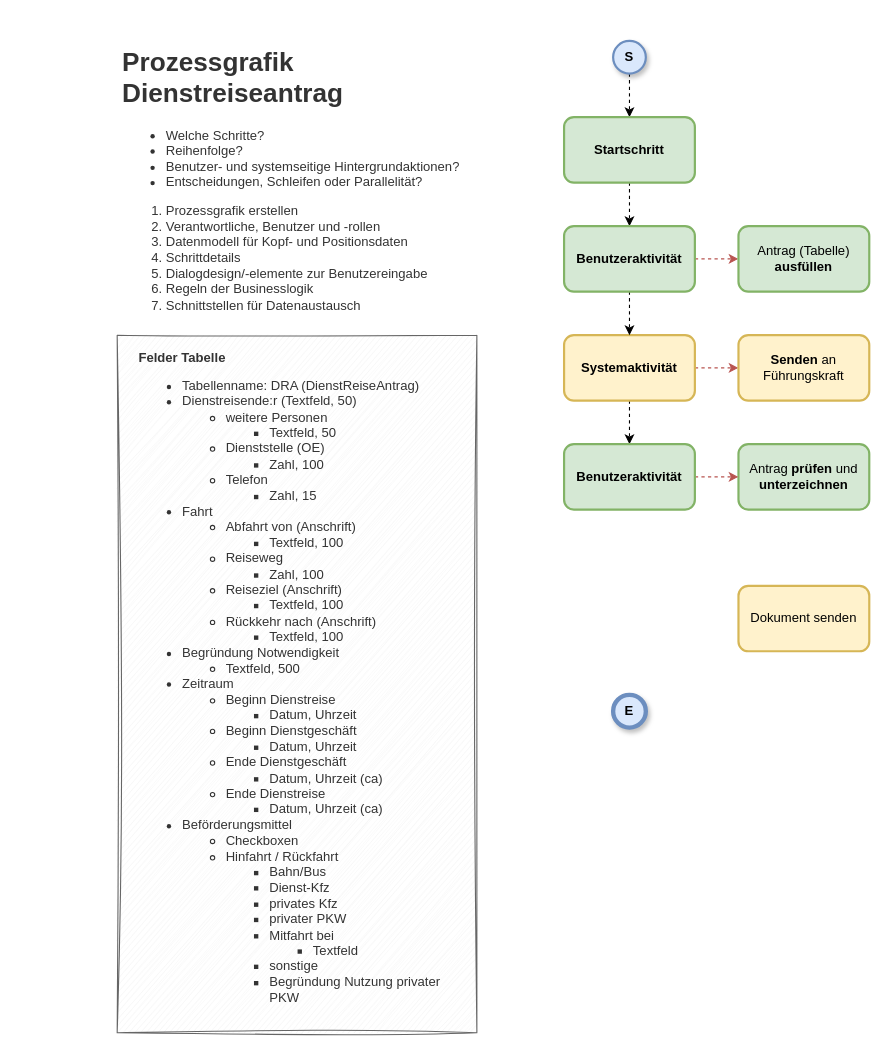
Before: jra-dienstreiseantrag.drawio in SaBy1188/JobRouterLearn, a draw.io diagram. Source tidied: cells renumbered, new cells numbered last; positions are measured from the earlier drawing's top-left corner, leaving out a move shared by most shapes. Both pictures are drawn from the tidied source at 109%, with x=0, y=0 at pixel (117, 40).
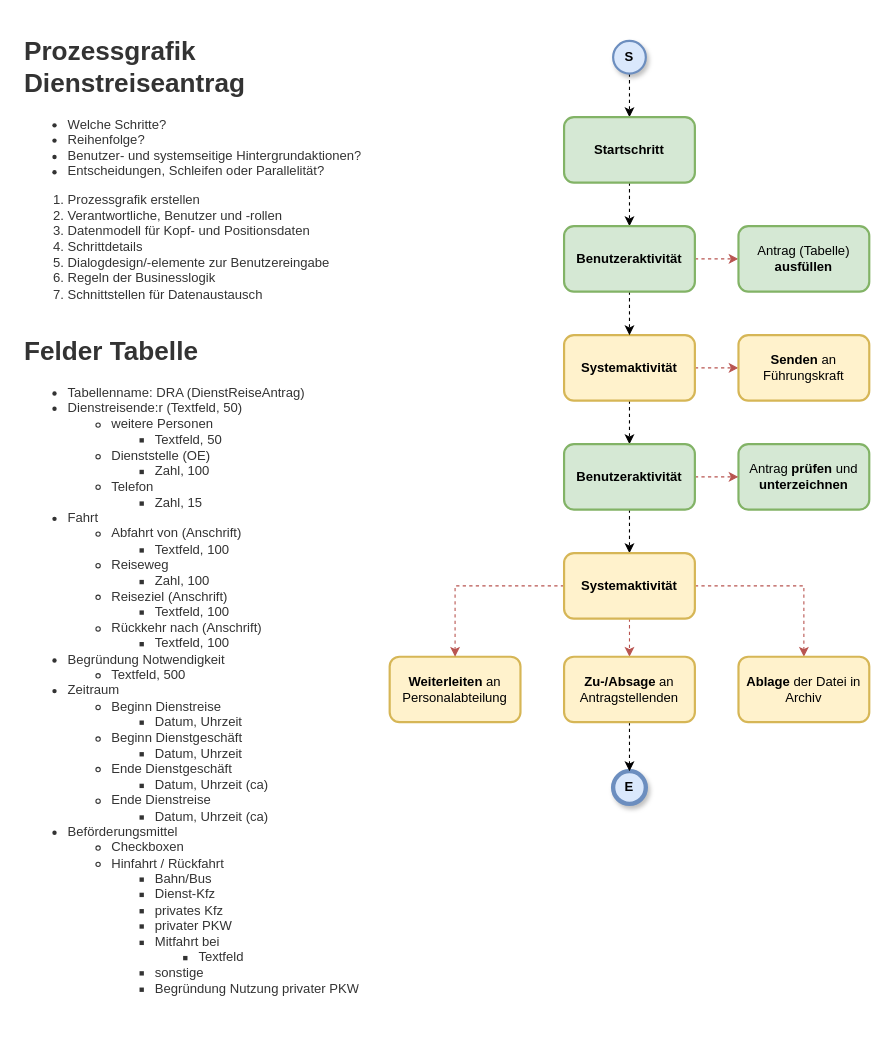
Above is the later version.

The change refers to these unchanged cells:
```xml
<mxCell id="18" value="&lt;b&gt;Benutzeraktivität&lt;/b&gt;" style="rounded=1;whiteSpace=wrap;html=1;fillColor=#d5e8d4;strokeColor=#82b366;strokeWidth=2;shadow=0;glass=0;" parent="1" vertex="1">
  <mxGeometry x="410" y="370" width="120" height="60" as="geometry" />
</mxCell>
```

Change to the diagram source:
```diff
@@
     <mxCell id="4" value="&lt;b&gt;E&lt;/b&gt;" style="ellipse;whiteSpace=wrap;html=1;fillColor=#dae8fc;strokeColor=#6c8ebf;strokeWidth=4;shadow=1;" parent="1" vertex="1">
-      <mxGeometry x="455" y="600" width="30" height="30" as="geometry" />
+      <mxGeometry x="455" y="670" width="30" height="30" as="geometry" />
     </mxCell>
@@
-    <mxCell id="10" value="&lt;blockquote style=&quot;margin: 0 0 0 40px; border: none; padding: 0px;&quot;&gt;&lt;/blockquote&gt;&lt;b&gt;Felder Tabelle&lt;/b&gt;&lt;br&gt;&lt;div style=&quot;&quot;&gt;&lt;ul&gt;&lt;li&gt;Tabellenname: DRA (DienstReiseAntrag)&lt;/li&gt;&lt;li&gt;Dienstreisende:r (Textfeld, 50)&lt;/li&gt;&lt;ul&gt;&lt;li&gt;weitere Personen&lt;/li&gt;&lt;ul&gt;&lt;li&gt;Textfeld, 50&lt;/li&gt;&lt;/ul&gt;&lt;li&gt;Dienststelle (OE)&lt;/li&gt;&lt;ul&gt;&lt;li&gt;Zahl, 100&lt;/li&gt;&lt;/ul&gt;&lt;li&gt;Telefon&lt;/li&gt;&lt;ul&gt;&lt;li&gt;Zahl, 15&lt;/li&gt;&lt;/ul&gt;&lt;/ul&gt;&lt;li&gt;Fahrt&lt;/li&gt;&lt;ul&gt;&lt;li&gt;Abfahrt von (Anschrift)&lt;/li&gt;&lt;ul&gt;&lt;li&gt;Textfeld, 100&lt;/li&gt;&lt;/ul&gt;&lt;li&gt;Reiseweg&lt;/li&gt;&lt;ul&gt;&lt;li&gt;Zahl, 100&lt;/li&gt;&lt;/ul&gt;&lt;li&gt;Reiseziel (Anschrift)&lt;/li&gt;&lt;ul&gt;&lt;li&gt;Textfeld, 100&lt;/li&gt;&lt;/ul&gt;&lt;li&gt;Rückkehr nach (Anschrift)&lt;/li&gt;&lt;ul&gt;&lt;li&gt;Textfeld, 100&lt;/li&gt;&lt;/ul&gt;&lt;/ul&gt;&lt;li&gt;Begründung Notwendigkeit&lt;/li&gt;&lt;ul&gt;&lt;li&gt;Textfeld, 500&lt;/li&gt;&lt;/ul&gt;&lt;li&gt;Zeitraum&lt;/li&gt;&lt;ul&gt;&lt;li&gt;Beginn Dienstreise&lt;/li&gt;&lt;ul&gt;&lt;li&gt;Datum, Uhrzeit&lt;/li&gt;&lt;/ul&gt;&lt;li&gt;Beginn Dienstgeschäft&lt;/li&gt;&lt;ul&gt;&lt;li&gt;Datum, Uhrzeit&lt;/li&gt;&lt;/ul&gt;&lt;li&gt;Ende Dienstgeschäft&lt;/li&gt;&lt;ul&gt;&lt;li&gt;Datum, Uhrzeit (ca)&lt;/li&gt;&lt;/ul&gt;&lt;li&gt;Ende Dienstreise&lt;/li&gt;&lt;ul&gt;&lt;li&gt;Datum, Uhrzeit (ca)&lt;/li&gt;&lt;/ul&gt;&lt;/ul&gt;&lt;li&gt;Beförderungsmittel&lt;/li&gt;&lt;ul&gt;&lt;li&gt;Checkboxen&lt;/li&gt;&lt;li&gt;Hinfahrt / Rückfahrt&lt;/li&gt;&lt;ul&gt;&lt;li&gt;Bahn/Bus&lt;/li&gt;&lt;li&gt;Dienst-Kfz&lt;/li&gt;&lt;li&gt;privates Kfz&lt;/li&gt;&lt;li&gt;privater PKW&lt;/li&gt;&lt;li&gt;Mitfahrt bei&lt;/li&gt;&lt;ul&gt;&lt;li&gt;Textfeld&lt;/li&gt;&lt;/ul&gt;&lt;li&gt;sonstige&lt;/li&gt;&lt;li&gt;Begründung Nutzung privater PKW&lt;/li&gt;&lt;/ul&gt;&lt;/ul&gt;&lt;/ul&gt;&lt;/div&gt;" style="rounded=0;whiteSpace=wrap;html=1;sketch=1;curveFitting=1;jiggle=2;fillColor=#f5f5f5;fontColor=#333333;strokeColor=#666666;align=left;spacingTop=10;spacingLeft=10;spacingRight=10;spacing=10;spacingBottom=10;" parent="1" vertex="1">
-      <mxGeometry y="270" width="330" height="640" as="geometry" />
-    </mxCell>
@@
+    <mxCell id="21" style="edgeStyle=orthogonalEdgeStyle;rounded=0;jettySize=auto;html=1;dashed=1;" parent="1" edge="1" source="18" target="26">
+      <mxGeometry relative="1" as="geometry" />
+    </mxCell>
@@
-    <mxCell id="19" value="Dokument senden" style="rounded=1;whiteSpace=wrap;html=1;fillColor=#fff2cc;strokeColor=#d6b656;strokeWidth=2;" parent="1" vertex="1">
-      <mxGeometry x="570" y="500" width="120" height="60" as="geometry" />
+    <mxCell id="19" value="&lt;b&gt;Weiterleiten &lt;/b&gt;an Personalabteilung" style="rounded=1;whiteSpace=wrap;html=1;fillColor=#fff2cc;strokeColor=#d6b656;strokeWidth=2;" parent="1" vertex="1">
+      <mxGeometry x="250" y="565" width="120" height="60" as="geometry" />
     </mxCell>
     <mxCell id="20" value="&lt;h1&gt;Prozessgrafik&lt;br&gt;Dienstreiseantrag&lt;/h1&gt;&lt;ul style=&quot;border-color: var(--border-color); color: rgb(51, 51, 51);&quot;&gt;&lt;li style=&quot;border-color: var(--border-color);&quot;&gt;Welche Schritte?&lt;/li&gt;&lt;li style=&quot;border-color: var(--border-color);&quot;&gt;Reihenfolge?&lt;/li&gt;&lt;li style=&quot;border-color: var(--border-color);&quot;&gt;Benutzer- und systemseitige Hintergrundaktionen?&lt;/li&gt;&lt;li style=&quot;border-color: var(--border-color);&quot;&gt;Entscheidungen, Schleifen oder Parallelität?&lt;/li&gt;&lt;/ul&gt;&lt;ol style=&quot;border-color: var(--border-color); color: rgb(51, 51, 51);&quot;&gt;&lt;li style=&quot;border-color: var(--border-color);&quot;&gt;Prozessgrafik erstellen&lt;/li&gt;&lt;li style=&quot;border-color: var(--border-color);&quot;&gt;Verantwortliche, Benutzer und -rollen&lt;/li&gt;&lt;li style=&quot;border-color: var(--border-color);&quot;&gt;Datenmodell für Kopf- und Positionsdaten&lt;/li&gt;&lt;li style=&quot;border-color: var(--border-color);&quot;&gt;Schrittdetails&lt;/li&gt;&lt;li style=&quot;border-color: var(--border-color);&quot;&gt;Dialogdesign/-elemente zur Benutzereingabe&lt;/li&gt;&lt;li style=&quot;border-color: var(--border-color);&quot;&gt;Regeln der Businesslogik&lt;/li&gt;&lt;li style=&quot;border-color: var(--border-color);&quot;&gt;Schnittstellen für Datenaustausch&lt;/li&gt;&lt;/ol&gt;" style="text;html=1;spacing=5;spacingTop=-20;whiteSpace=wrap;overflow=hidden;rounded=0;fillColor=#FFFFFF;fontColor=#333333;strokeColor=none;" parent="1" vertex="1">
-      <mxGeometry width="330" height="260" as="geometry" />
+      <mxGeometry x="-90" y="-10" width="330" height="260" as="geometry" />
     </mxCell>
+    <mxCell id="22" style="edgeStyle=orthogonalEdgeStyle;rounded=0;jettySize=auto;html=1;dashed=1;fillColor=#f8cecc;strokeColor=#b85450;exitX=0.75;exitY=0;exitDx=0;exitDy=0;" parent="1" edge="1" source="26" target="19">
+      <mxGeometry relative="1" as="geometry">
+        <Array as="points">
+          <mxPoint x="500" y="500" />
+        </Array>
+      </mxGeometry>
+    </mxCell>
+    <mxCell id="23" style="edgeStyle=orthogonalEdgeStyle;rounded=0;jettySize=auto;html=1;exitX=1;exitY=0.5;exitDx=0;exitDy=0;entryX=0.5;entryY=0;entryDx=0;entryDy=0;dashed=1;fillColor=#f8cecc;strokeColor=#b85450;" parent="1" edge="1" source="26" target="27">
+      <mxGeometry relative="1" as="geometry" />
+    </mxCell>
+    <mxCell id="24" style="edgeStyle=orthogonalEdgeStyle;rounded=0;jettySize=auto;html=1;exitX=0.5;exitY=1;exitDx=0;exitDy=0;entryX=0.5;entryY=0;entryDx=0;entryDy=0;fillColor=#f8cecc;strokeColor=#b85450;dashed=1;" parent="1" edge="1" source="26" target="28">
+      <mxGeometry relative="1" as="geometry" />
+    </mxCell>
+    <mxCell id="25" style="edgeStyle=orthogonalEdgeStyle;rounded=0;jettySize=auto;html=1;dashed=1;" parent="1" edge="1" source="28" target="4">
+      <mxGeometry relative="1" as="geometry" />
+    </mxCell>
+    <mxCell id="26" value="&lt;b&gt;Systemaktivität&lt;/b&gt;" style="rounded=1;whiteSpace=wrap;html=1;fillColor=#fff2cc;strokeColor=#d6b656;strokeWidth=2;" parent="1" vertex="1">
+      <mxGeometry x="410" y="470" width="120" height="60" as="geometry" />
+    </mxCell>
+    <mxCell id="27" value="&lt;b&gt;Ablage&lt;/b&gt; der Datei in Archiv" style="rounded=1;whiteSpace=wrap;html=1;fillColor=#fff2cc;strokeColor=#d6b656;strokeWidth=2;" parent="1" vertex="1">
+      <mxGeometry x="570" y="565" width="120" height="60" as="geometry" />
+    </mxCell>
+    <mxCell id="10" value="&lt;h1&gt;Felder Tabelle&lt;/h1&gt;&lt;div&gt;&lt;ul style=&quot;border-color: var(--border-color);&quot;&gt;&lt;li style=&quot;border-color: var(--border-color);&quot;&gt;Tabellenname: DRA (DienstReiseAntrag)&lt;/li&gt;&lt;li style=&quot;border-color: var(--border-color);&quot;&gt;Dienstreisende:r (Textfeld, 50)&lt;/li&gt;&lt;ul style=&quot;border-color: var(--border-color);&quot;&gt;&lt;li style=&quot;border-color: var(--border-color);&quot;&gt;weitere Personen&lt;/li&gt;&lt;ul style=&quot;border-color: var(--border-color);&quot;&gt;&lt;li style=&quot;border-color: var(--border-color);&quot;&gt;Textfeld, 50&lt;/li&gt;&lt;/ul&gt;&lt;li style=&quot;border-color: var(--border-color);&quot;&gt;Dienststelle (OE)&lt;/li&gt;&lt;ul style=&quot;border-color: var(--border-color);&quot;&gt;&lt;li style=&quot;border-color: var(--border-color);&quot;&gt;Zahl, 100&lt;/li&gt;&lt;/ul&gt;&lt;li style=&quot;border-color: var(--border-color);&quot;&gt;Telefon&lt;/li&gt;&lt;ul style=&quot;border-color: var(--border-color);&quot;&gt;&lt;li style=&quot;border-color: var(--border-color);&quot;&gt;Zahl, 15&lt;/li&gt;&lt;/ul&gt;&lt;/ul&gt;&lt;li style=&quot;border-color: var(--border-color);&quot;&gt;Fahrt&lt;/li&gt;&lt;ul style=&quot;border-color: var(--border-color);&quot;&gt;&lt;li style=&quot;border-color: var(--border-color);&quot;&gt;Abfahrt von (Anschrift)&lt;/li&gt;&lt;ul style=&quot;border-color: var(--border-color);&quot;&gt;&lt;li style=&quot;border-color: var(--border-color);&quot;&gt;Textfeld, 100&lt;/li&gt;&lt;/ul&gt;&lt;li style=&quot;border-color: var(--border-color);&quot;&gt;Reiseweg&lt;/li&gt;&lt;ul style=&quot;border-color: var(--border-color);&quot;&gt;&lt;li style=&quot;border-color: var(--border-color);&quot;&gt;Zahl, 100&lt;/li&gt;&lt;/ul&gt;&lt;li style=&quot;border-color: var(--border-color);&quot;&gt;Reiseziel (Anschrift)&lt;/li&gt;&lt;ul style=&quot;border-color: var(--border-color);&quot;&gt;&lt;li style=&quot;border-color: var(--border-color);&quot;&gt;Textfeld, 100&lt;/li&gt;&lt;/ul&gt;&lt;li style=&quot;border-color: var(--border-color);&quot;&gt;Rückkehr nach (Anschrift)&lt;/li&gt;&lt;ul style=&quot;border-color: var(--border-color);&quot;&gt;&lt;li style=&quot;border-color: var(--border-color);&quot;&gt;Textfeld, 100&lt;/li&gt;&lt;/ul&gt;&lt;/ul&gt;&lt;li style=&quot;border-color: var(--border-color);&quot;&gt;Begründung Notwendigkeit&lt;/li&gt;&lt;ul style=&quot;border-color: var(--border-color);&quot;&gt;&lt;li style=&quot;border-color: var(--border-color);&quot;&gt;Textfeld, 500&lt;/li&gt;&lt;/ul&gt;&lt;li style=&quot;border-color: var(--border-color);&quot;&gt;Zeitraum&lt;/li&gt;&lt;ul style=&quot;border-color: var(--border-color);&quot;&gt;&lt;li style=&quot;border-color: var(--border-color);&quot;&gt;Beginn Dienstreise&lt;/li&gt;&lt;ul style=&quot;border-color: var(--border-color);&quot;&gt;&lt;li style=&quot;border-color: var(--border-color);&quot;&gt;Datum, Uhrzeit&lt;/li&gt;&lt;/ul&gt;&lt;li style=&quot;border-color: var(--border-color);&quot;&gt;Beginn Dienstgeschäft&lt;/li&gt;&lt;ul style=&quot;border-color: var(--border-color);&quot;&gt;&lt;li style=&quot;border-color: var(--border-color);&quot;&gt;Datum, Uhrzeit&lt;/li&gt;&lt;/ul&gt;&lt;li style=&quot;border-color: var(--border-color);&quot;&gt;Ende Dienstgeschäft&lt;/li&gt;&lt;ul style=&quot;border-color: var(--border-color);&quot;&gt;&lt;li style=&quot;border-color: var(--border-color);&quot;&gt;Datum, Uhrzeit (ca)&lt;/li&gt;&lt;/ul&gt;&lt;li style=&quot;border-color: var(--border-color);&quot;&gt;Ende Dienstreise&lt;/li&gt;&lt;ul style=&quot;border-color: var(--border-color);&quot;&gt;&lt;li style=&quot;border-color: var(--border-color);&quot;&gt;Datum, Uhrzeit (ca)&lt;/li&gt;&lt;/ul&gt;&lt;/ul&gt;&lt;li style=&quot;border-color: var(--border-color);&quot;&gt;Beförderungsmittel&lt;/li&gt;&lt;ul style=&quot;border-color: var(--border-color);&quot;&gt;&lt;li style=&quot;border-color: var(--border-color);&quot;&gt;Checkboxen&lt;/li&gt;&lt;li style=&quot;border-color: var(--border-color);&quot;&gt;Hinfahrt / Rückfahrt&lt;/li&gt;&lt;ul style=&quot;border-color: var(--border-color);&quot;&gt;&lt;li style=&quot;border-color: var(--border-color);&quot;&gt;Bahn/Bus&lt;/li&gt;&lt;li style=&quot;border-color: var(--border-color);&quot;&gt;Dienst-Kfz&lt;/li&gt;&lt;li style=&quot;border-color: var(--border-color);&quot;&gt;privates Kfz&lt;/li&gt;&lt;li style=&quot;border-color: var(--border-color);&quot;&gt;privater PKW&lt;/li&gt;&lt;li style=&quot;border-color: var(--border-color);&quot;&gt;Mitfahrt bei&lt;/li&gt;&lt;ul style=&quot;border-color: var(--border-color);&quot;&gt;&lt;li style=&quot;border-color: var(--border-color);&quot;&gt;Textfeld&lt;/li&gt;&lt;/ul&gt;&lt;li style=&quot;border-color: var(--border-color);&quot;&gt;sonstige&lt;/li&gt;&lt;li style=&quot;border-color: var(--border-color);&quot;&gt;Begründung Nutzung privater PKW&lt;/li&gt;&lt;/ul&gt;&lt;/ul&gt;&lt;/ul&gt;&lt;/div&gt;" style="text;html=1;spacing=5;spacingTop=-20;whiteSpace=wrap;overflow=hidden;rounded=0;fillColor=#FFFFFF;fontColor=#333333;strokeColor=none;" parent="1" vertex="1">
+      <mxGeometry x="-90" y="265" width="330" height="625" as="geometry" />
+    </mxCell>
+    <mxCell id="28" value="&lt;b&gt;Zu-/Absage&amp;nbsp;&lt;/b&gt;an Antragstellenden" style="rounded=1;whiteSpace=wrap;html=1;fillColor=#fff2cc;strokeColor=#d6b656;strokeWidth=2;" parent="1" vertex="1">
+      <mxGeometry x="410" y="565" width="120" height="60" as="geometry" />
+    </mxCell>
```
